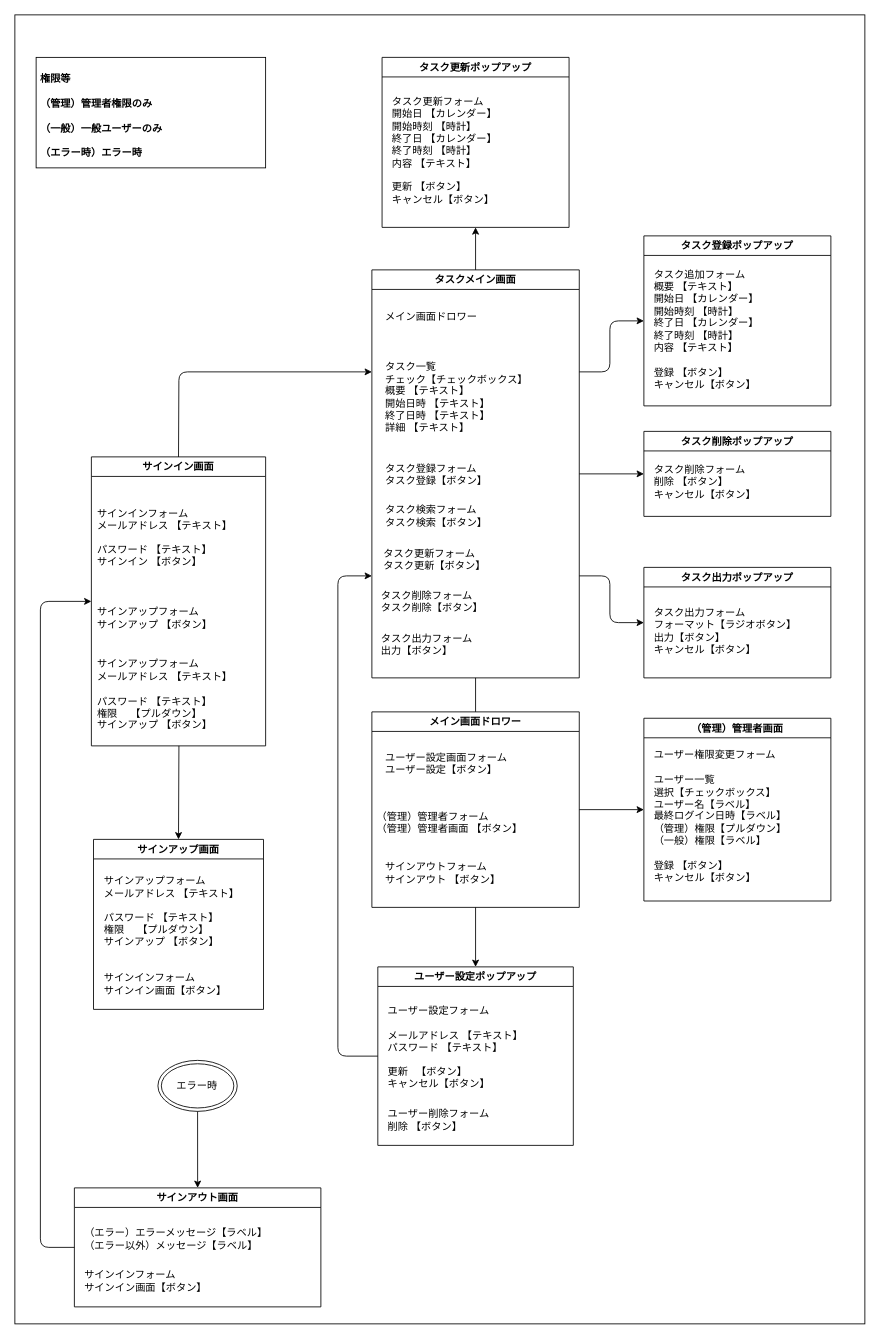
Before: doc/01_要件定義/画面遷移図.drawio in kamiya-daiki/SpringBoot4-Portfolio, a draw.io diagram. Source tidied: cells renumbered, new cells numbered last; positions are measured from the earlier drawing's top-left corner, leaving out a move shared by most shapes. Both pictures are drawn from the tidied source at 85%, with x=0, y=0 at pixel (14, 14).
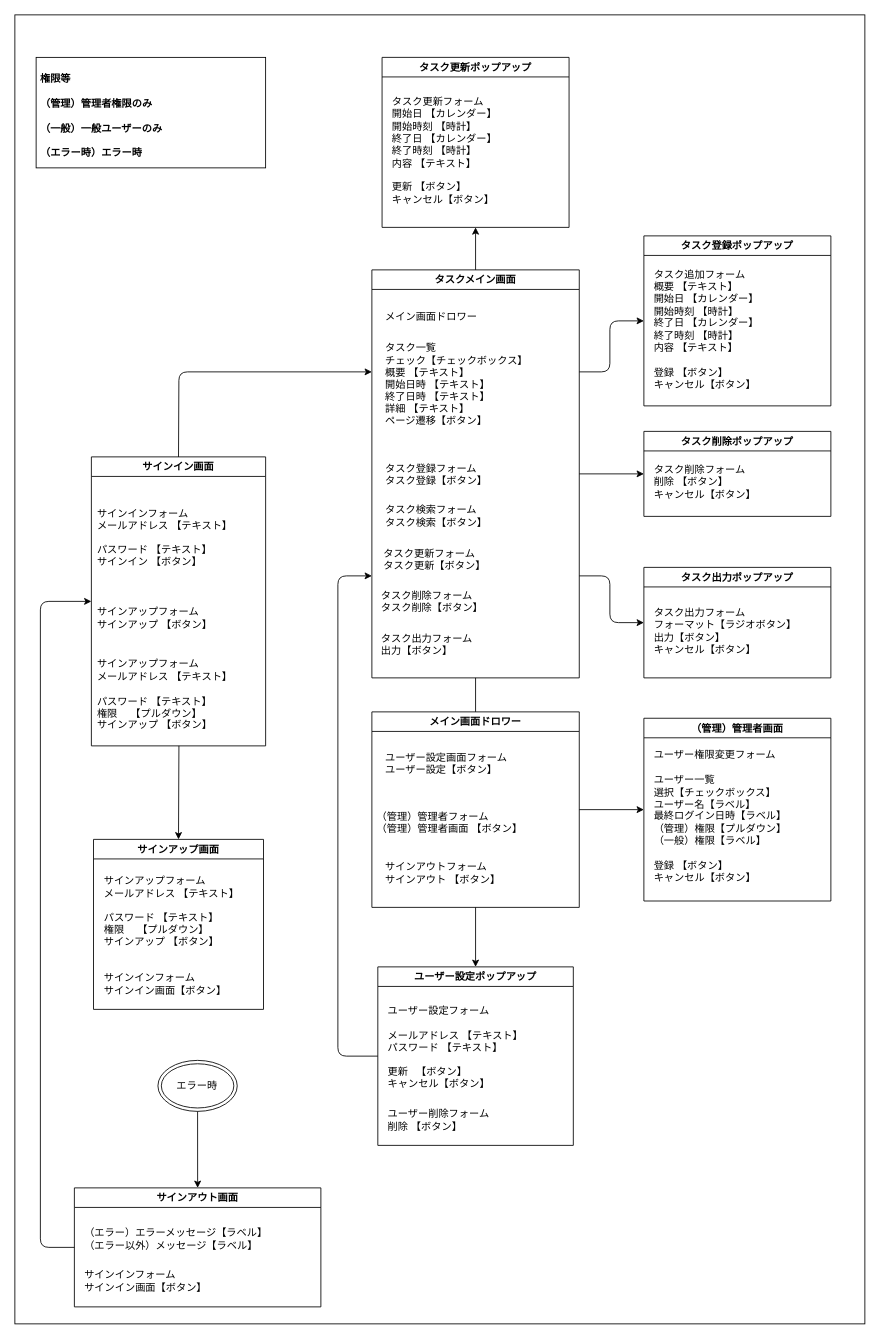
After the change.

Commit message (it also covers changes not shown here):
- ER図、画面遷移図、テーブル定義SQLの細かい修正

Unchanged cells that the change refers to:
```xml
<mxCell id="8" value="タスクメイン画面" style="swimlane;startSize=23;fillColor=none;" parent="1" vertex="1">
  <mxGeometry x="420" y="300" width="244" height="480" as="geometry" />
</mxCell>
```

What changed in the source:
```diff
@@
-    <mxCell id="10" value="タスク一覧&#10;チェック【チェックボックス】&#10;概要&#9;&#9;【テキスト】&#10;開始日時&#9;【テキスト】&#10;終了日時&#9;【テキスト】&#10;詳細&#9;&#9;【テキスト】" style="text;html=1;align=left;verticalAlign=middle;strokeColor=none;fillColor=none;" parent="8" vertex="1">
-      <mxGeometry x="14" y="100" width="190" height="100" as="geometry" />
+    <mxCell id="10" value="&lt;font style=&quot;color: light-dark(rgb(0, 0, 0), rgb(255, 255, 255));&quot;&gt;タスク一覧&lt;br&gt;チェック【チェックボックス】&lt;br&gt;概要&#9;&#9;【テキスト】&lt;br&gt;開始日時&#9;【テキスト】&lt;br&gt;終了日時&#9;【テキスト】&lt;br&gt;詳細&#9;&#9;【テキスト】&lt;/font&gt;&lt;div&gt;&lt;font style=&quot;color: light-dark(rgb(0, 0, 0), rgb(255, 255, 255));&quot;&gt;ページ遷移【ボタン】&lt;/font&gt;&lt;/div&gt;" style="text;html=1;align=left;verticalAlign=middle;strokeColor=none;fillColor=none;" parent="8" vertex="1">
+      <mxGeometry x="14" y="80" width="190" height="110" as="geometry" />
     </mxCell>
```
